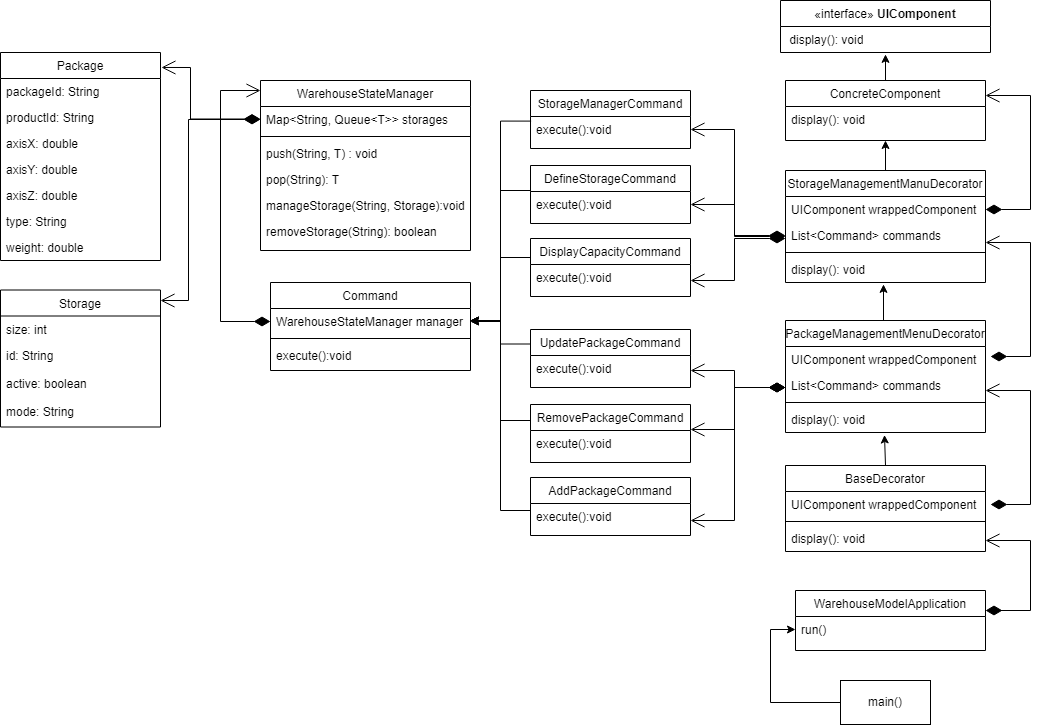
The draw.io diagram documentation/diagram/Diagram_klas__ETAP_II_Karol_Musz.png in MuszKarol/oop_warehouse_model, before a commit. Source tidied: cells renumbered, new cells last; positions are measured from the earlier drawing's top-left corner, leaving out a move shared by most shapes.
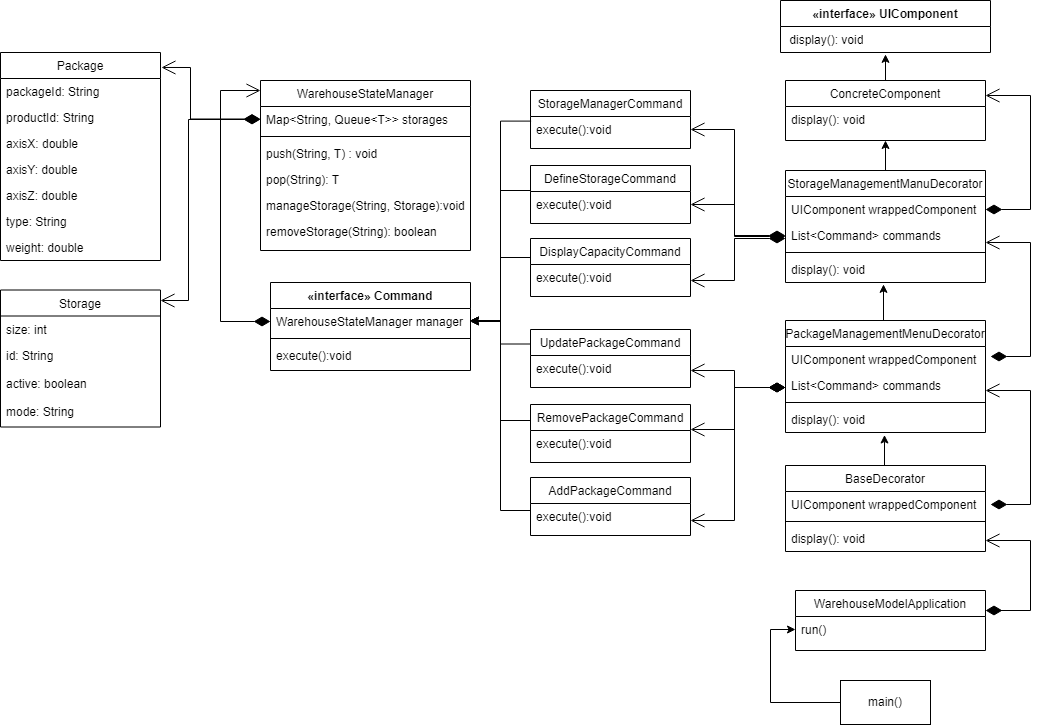
The same diagram one commit later.

Commit message:
Update UML class diagram

Change to the diagram source:
```diff
@@ -43,7 +43,7 @@
     <mxCell id="13" value="run()" style="text;align=left;verticalAlign=top;spacingLeft=4;spacingRight=4;overflow=hidden;points=[[0,0.5],[1,0.5]];portConstraint=eastwest;" parent="12" vertex="1">
       <mxGeometry y="26" width="190" height="26" as="geometry" />
     </mxCell>
-    <mxCell id="14" value="&lt;span style=&quot;font-weight: 400;&quot;&gt;«interface»&amp;nbsp;&lt;/span&gt;&lt;b style=&quot;border-color: var(--border-color);&quot;&gt;UIComponent&lt;/b&gt;" style="swimlane;fontStyle=1;align=center;verticalAlign=top;horizontal=1;startSize=26;whiteSpace=wrap;html=1;" parent="1" vertex="1">
+    <mxCell id="14" value="«interface»&amp;nbsp;&lt;span style=&quot;border-color: var(--border-color);&quot;&gt;UIComponent&lt;/span&gt;" style="swimlane;fontStyle=1;align=center;verticalAlign=top;horizontal=1;startSize=26;whiteSpace=wrap;html=1;" parent="1" vertex="1">
       <mxGeometry x="780" width="210" height="52" as="geometry" />
     </mxCell>
     <mxCell id="15" value="&amp;nbsp;display(): void" style="text;strokeColor=none;fillColor=none;align=left;verticalAlign=top;spacingLeft=4;spacingRight=4;overflow=hidden;points=[[0,0.5],[1,0.5]];portConstraint=eastwest;whiteSpace=wrap;html=1;" parent="14" vertex="1">
@@ -109,7 +109,7 @@
     <mxCell id="35" style="edgeStyle=orthogonalEdgeStyle;rounded=0;jettySize=auto;html=1;exitX=0.5;exitY=0;exitDx=0;exitDy=0;entryX=0.495;entryY=1.096;entryDx=0;entryDy=0;entryPerimeter=0;" parent="1" edge="1" source="31" target="29">
       <mxGeometry relative="1" as="geometry" />
     </mxCell>
-    <mxCell id="36" value="Command" style="swimlane;fontStyle=0;align=center;verticalAlign=top;horizontal=1;startSize=26;rounded=0;shadow=0;strokeWidth=1;" parent="1" vertex="1">
+    <mxCell id="36" value="«interface» Command" style="swimlane;fontStyle=1;align=center;verticalAlign=top;horizontal=1;startSize=26;rounded=0;shadow=0;strokeWidth=1;" parent="1" vertex="1">
       <mxGeometry x="270" y="282" width="200" height="88" as="geometry" />
     </mxCell>
     <mxCell id="37" value="WarehouseStateManager manager" style="text;align=left;verticalAlign=top;spacingLeft=4;spacingRight=4;overflow=hidden;points=[[0,0.5],[1,0.5]];portConstraint=eastwest;" parent="36" vertex="1">
```
